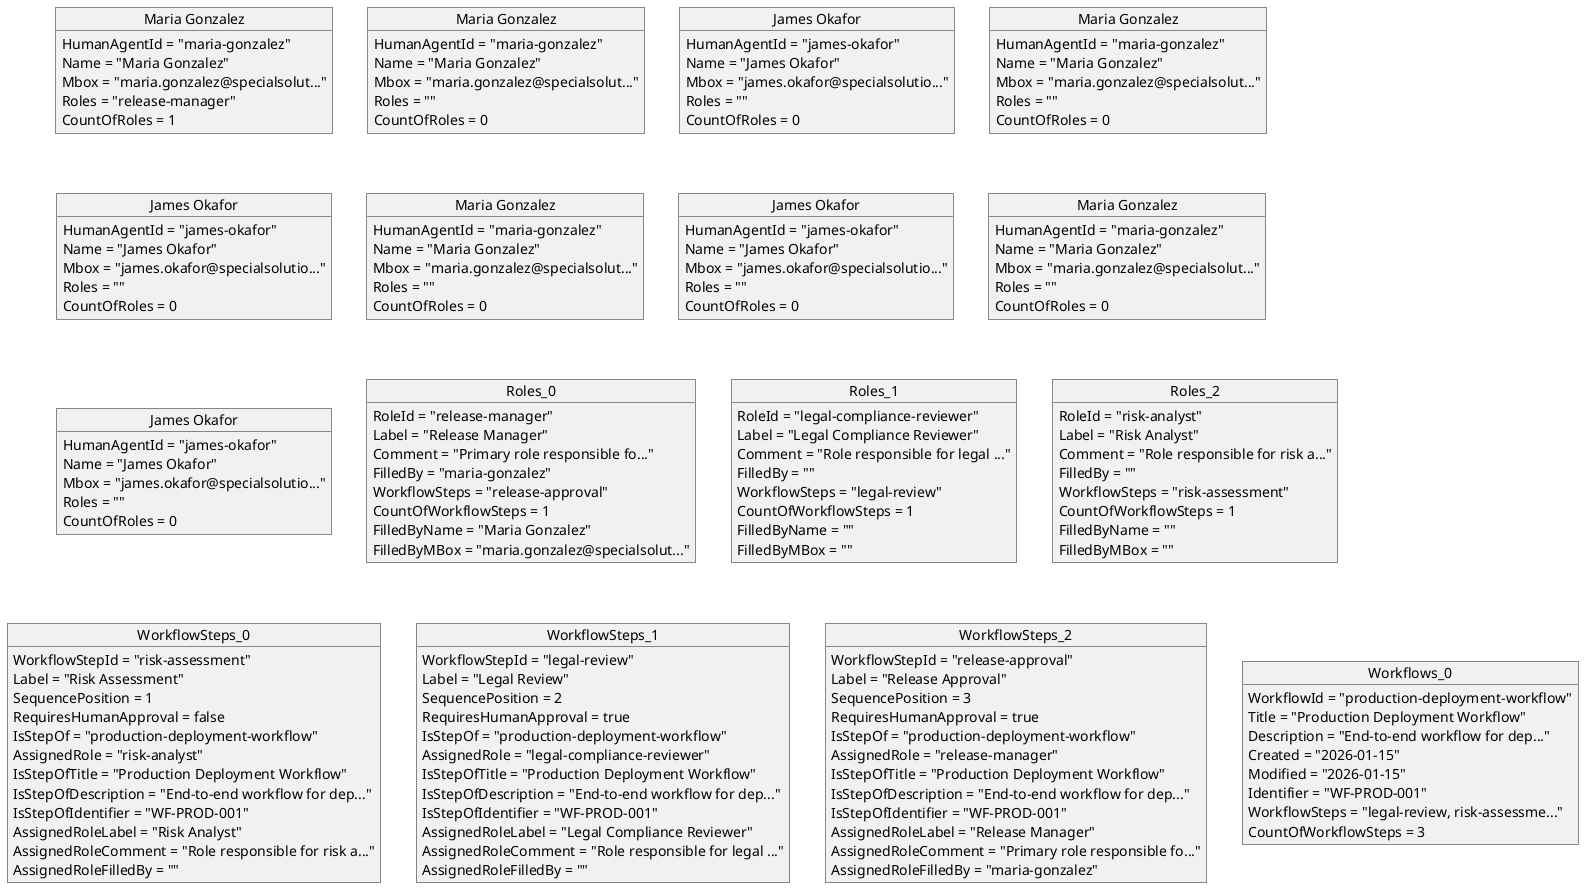
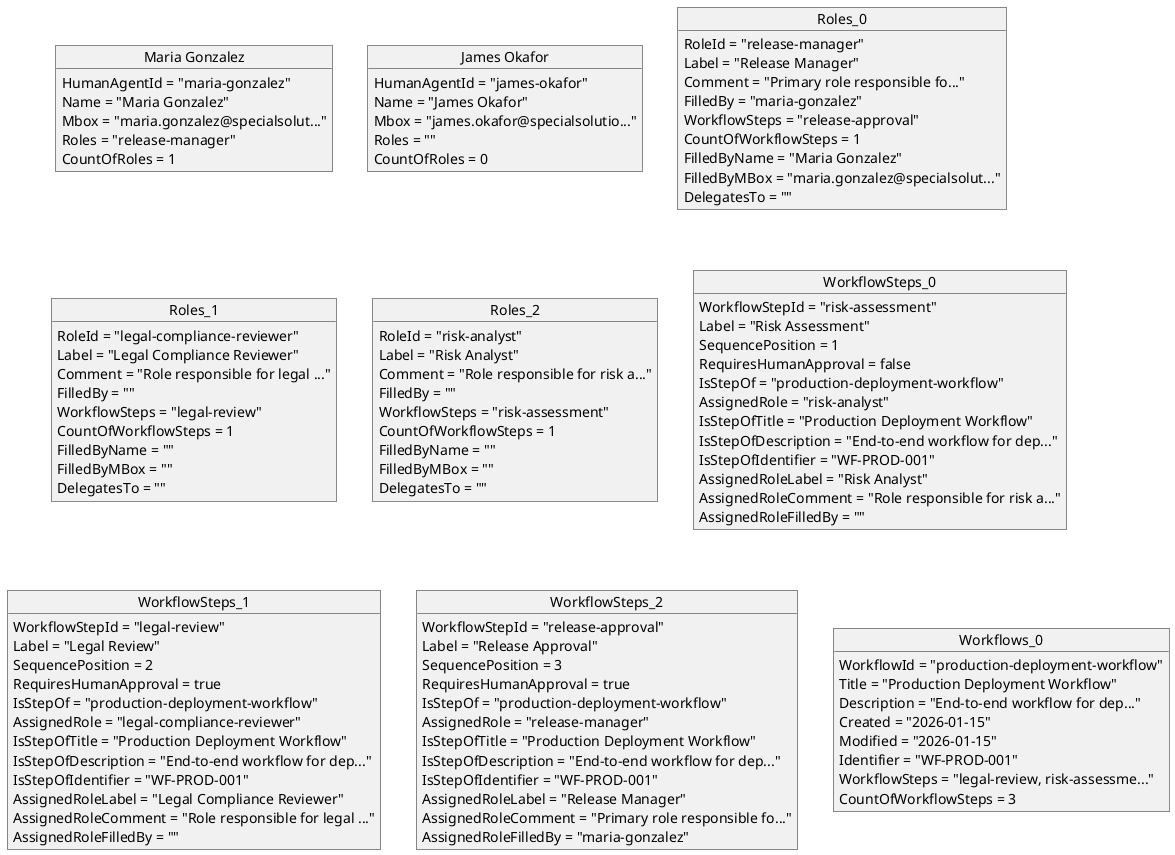
@startuml

object "Maria Gonzalez" as HumanAgents_0 {
  HumanAgentId = "maria-gonzalez"
  Name = "Maria Gonzalez"
  Mbox = "maria.gonzalez@specialsolut..."
  Roles = "release-manager"
  CountOfRoles = 1
}

- object "Maria Gonzalez" as HumanAgents_1 {
-   HumanAgentId = "maria-gonzalez"
-   Name = "Maria Gonzalez"
-   Mbox = "maria.gonzalez@specialsolut..."
-   Roles = ""
-   CountOfRoles = 0
- }
- 
- object "James Okafor" as HumanAgents_2 {
-   HumanAgentId = "james-okafor"
-   Name = "James Okafor"
-   Mbox = "james.okafor@specialsolutio..."
-   Roles = ""
-   CountOfRoles = 0
- }
- 
- object "Maria Gonzalez" as HumanAgents_3 {
-   HumanAgentId = "maria-gonzalez"
-   Name = "Maria Gonzalez"
-   Mbox = "maria.gonzalez@specialsolut..."
-   Roles = ""
-   CountOfRoles = 0
- }
- 
- object "James Okafor" as HumanAgents_4 {
-   HumanAgentId = "james-okafor"
-   Name = "James Okafor"
-   Mbox = "james.okafor@specialsolutio..."
-   Roles = ""
-   CountOfRoles = 0
- }
- 
- object "Maria Gonzalez" as HumanAgents_5 {
-   HumanAgentId = "maria-gonzalez"
-   Name = "Maria Gonzalez"
-   Mbox = "maria.gonzalez@specialsolut..."
-   Roles = ""
-   CountOfRoles = 0
- }
- 
- object "James Okafor" as HumanAgents_6 {
-   HumanAgentId = "james-okafor"
-   Name = "James Okafor"
-   Mbox = "james.okafor@specialsolutio..."
-   Roles = ""
-   CountOfRoles = 0
- }
- 
- object "Maria Gonzalez" as HumanAgents_7 {
-   HumanAgentId = "maria-gonzalez"
-   Name = "Maria Gonzalez"
-   Mbox = "maria.gonzalez@specialsolut..."
-   Roles = ""
-   CountOfRoles = 0
- }
- 
- object "James Okafor" as HumanAgents_8 {
+ object "James Okafor" as HumanAgents_1 {
  HumanAgentId = "james-okafor"
  Name = "James Okafor"
  Mbox = "james.okafor@specialsolutio..."
  Roles = ""
  CountOfRoles = 0
}

object "Roles_0" as Roles_0 {
  RoleId = "release-manager"
  Label = "Release Manager"
  Comment = "Primary role responsible fo..."
  FilledBy = "maria-gonzalez"
  WorkflowSteps = "release-approval"
  CountOfWorkflowSteps = 1
  FilledByName = "Maria Gonzalez"
  FilledByMBox = "maria.gonzalez@specialsolut..."
+   DelegatesTo = ""
}

object "Roles_1" as Roles_1 {
  RoleId = "legal-compliance-reviewer"
  Label = "Legal Compliance Reviewer"
  Comment = "Role responsible for legal ..."
  FilledBy = ""
  WorkflowSteps = "legal-review"
  CountOfWorkflowSteps = 1
  FilledByName = ""
  FilledByMBox = ""
+   DelegatesTo = ""
}

object "Roles_2" as Roles_2 {
  RoleId = "risk-analyst"
  Label = "Risk Analyst"
  Comment = "Role responsible for risk a..."
  FilledBy = ""
  WorkflowSteps = "risk-assessment"
  CountOfWorkflowSteps = 1
  FilledByName = ""
  FilledByMBox = ""
+   DelegatesTo = ""
}

object "WorkflowSteps_0" as WorkflowSteps_0 {
  WorkflowStepId = "risk-assessment"
  Label = "Risk Assessment"
  SequencePosition = 1
  RequiresHumanApproval = false
  IsStepOf = "production-deployment-workflow"
  AssignedRole = "risk-analyst"
  IsStepOfTitle = "Production Deployment Workflow"
  IsStepOfDescription = "End-to-end workflow for dep..."
  IsStepOfIdentifier = "WF-PROD-001"
  AssignedRoleLabel = "Risk Analyst"
  AssignedRoleComment = "Role responsible for risk a..."
  AssignedRoleFilledBy = ""
}

object "WorkflowSteps_1" as WorkflowSteps_1 {
  WorkflowStepId = "legal-review"
  Label = "Legal Review"
  SequencePosition = 2
  RequiresHumanApproval = true
  IsStepOf = "production-deployment-workflow"
  AssignedRole = "legal-compliance-reviewer"
  IsStepOfTitle = "Production Deployment Workflow"
  IsStepOfDescription = "End-to-end workflow for dep..."
  IsStepOfIdentifier = "WF-PROD-001"
  AssignedRoleLabel = "Legal Compliance Reviewer"
  AssignedRoleComment = "Role responsible for legal ..."
  AssignedRoleFilledBy = ""
}

object "WorkflowSteps_2" as WorkflowSteps_2 {
  WorkflowStepId = "release-approval"
  Label = "Release Approval"
  SequencePosition = 3
  RequiresHumanApproval = true
  IsStepOf = "production-deployment-workflow"
  AssignedRole = "release-manager"
  IsStepOfTitle = "Production Deployment Workflow"
  IsStepOfDescription = "End-to-end workflow for dep..."
  IsStepOfIdentifier = "WF-PROD-001"
  AssignedRoleLabel = "Release Manager"
  AssignedRoleComment = "Primary role responsible fo..."
  AssignedRoleFilledBy = "maria-gonzalez"
}

object "Workflows_0" as Workflows_0 {
  WorkflowId = "production-deployment-workflow"
  Title = "Production Deployment Workflow"
  Description = "End-to-end workflow for dep..."
  Created = "2026-01-15"
  Modified = "2026-01-15"
  Identifier = "WF-PROD-001"
  WorkflowSteps = "legal-review, risk-assessme..."
  CountOfWorkflowSteps = 3
}

@enduml